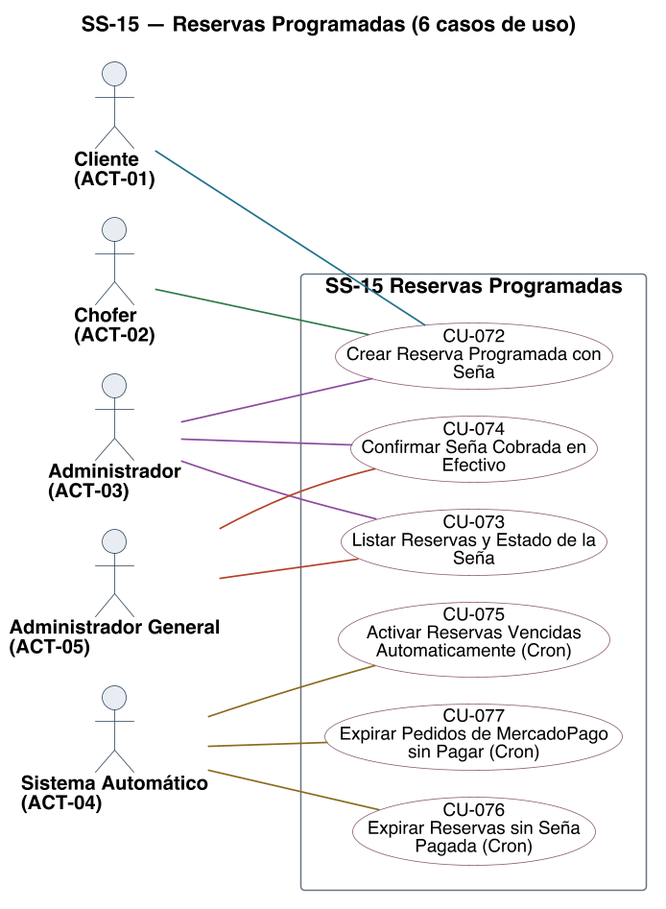
This is diagramas/uml/CU_SS-15_Reservas-Programadas.png from Nahuelito-Dev/splg-docs, a PlantUML export, as it was before one commit.
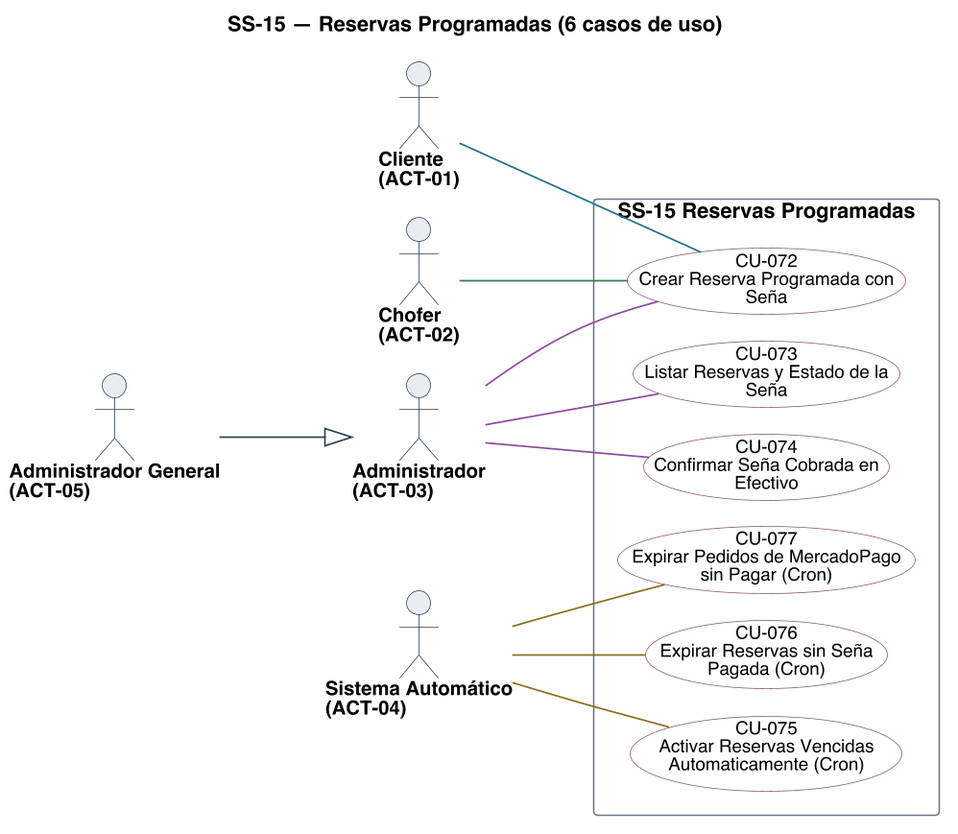
After the commit.

The edit, as a diff of the source:
```diff
@@ -28,8 +28,8 @@
 skinparam nodesep 18
 skinparam ranksep 70
 skinparam usecase {
-  BorderColor<<pendiente>> #9C4436
-  BackgroundColor<<pendiente>> #F6E4E1
+  BorderColor<<planificado>> #9C4436
+  BackgroundColor<<planificado>> #F6E4E1
   BorderColor<<factorizado>> #6B7683
   BackgroundColor<<factorizado>> #F2F4F6
 }
@@ -57,7 +57,6 @@
 A04 -[#8A6D1F]- U075
 A04 -[#8A6D1F]- U076
 A04 -[#8A6D1F]- U077
-A05 -[#B4432B]- U073
-A05 -[#B4432B]- U074
+A05 --|> A03
 
 @enduml
```
